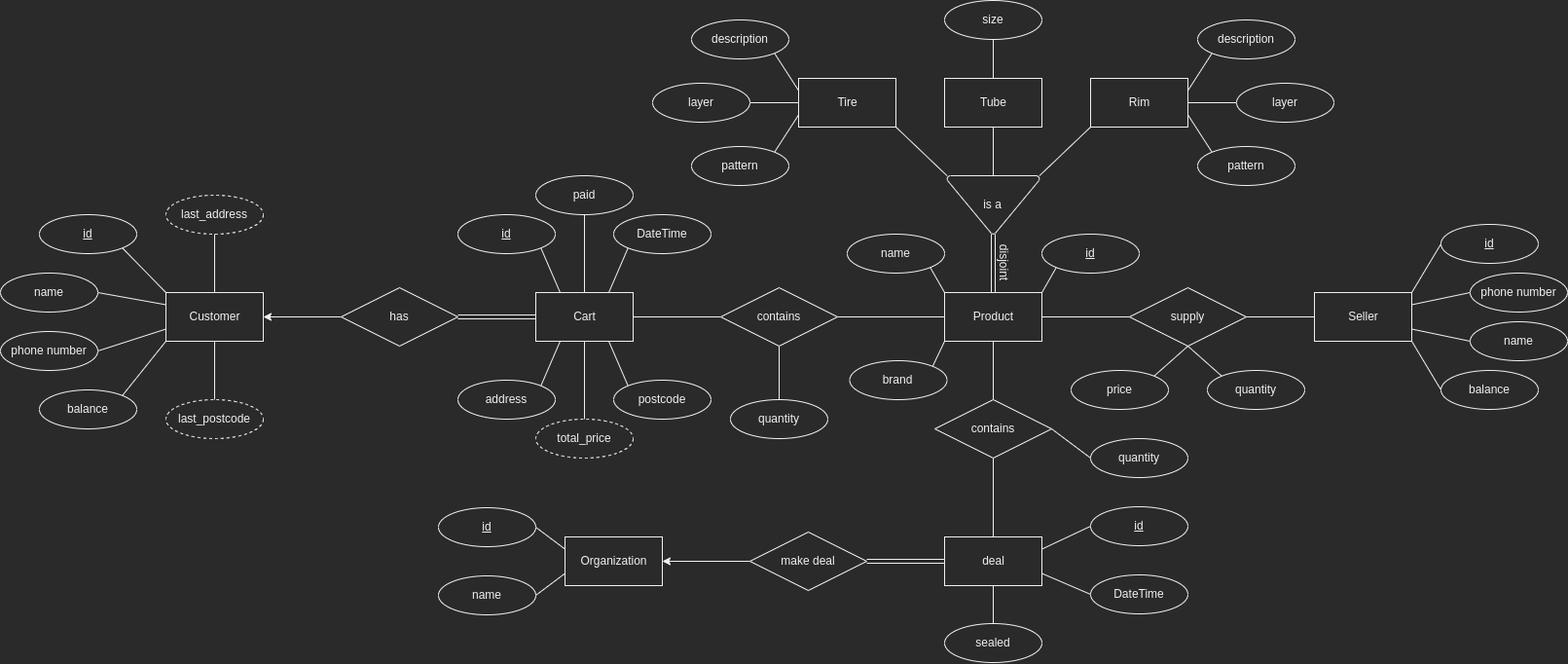
Earlier version of the draw.io export E-R.png (paniztgp2002/tire-shop). Source tidied: cells renumbered, new cells last; positions are measured from the earlier drawing's top-left corner, leaving out a move shared by most shapes.
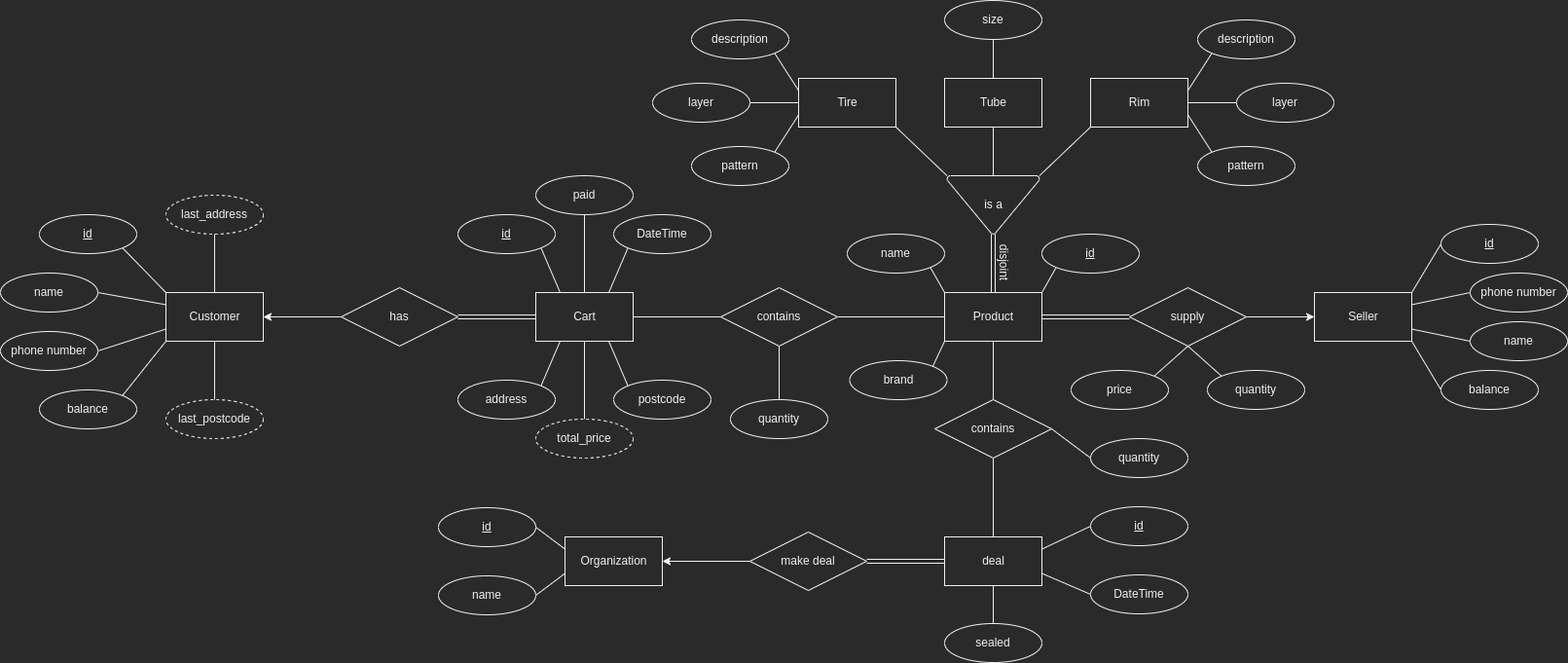
Above is the later version.

Diff of the diagram source:
```diff
@@ -35,6 +35,9 @@
     <mxCell id="12" value="Cart" style="html=1;dashed=0;whitespace=wrap;" parent="1" vertex="1">
       <mxGeometry x="550" y="300" width="100" height="50" as="geometry" />
     </mxCell>
+    <mxCell id="102" style="edgeStyle=orthogonalEdgeStyle;rounded=0;jettySize=auto;html=1;" parent="1" edge="1" source="13" target="2">
+      <mxGeometry relative="1" as="geometry" />
+    </mxCell>
     <mxCell id="13" value="supply" style="shape=rhombus;perimeter=rhombusPerimeter;whiteSpace=wrap;html=1;align=center;" parent="1" vertex="1">
       <mxGeometry x="1160" y="295" width="120" height="60" as="geometry" />
     </mxCell>
@@ -278,12 +281,6 @@
     <mxCell id="93" value="disjoint" style="text;html=1;strokeColor=none;fillColor=none;align=center;verticalAlign=middle;whiteSpace=wrap;rounded=0;direction=east;rotation=90;" parent="1" vertex="1">
       <mxGeometry x="1000.5" y="254" width="60" height="30" as="geometry" />
     </mxCell>
-    <mxCell id="94" style="edgeStyle=none;rounded=1;jettySize=auto;html=1;exitX=0;exitY=0.5;exitDx=0;exitDy=0;entryX=1;entryY=0.5;entryDx=0;entryDy=0;endArrow=none;endFill=0;" parent="1" edge="1" source="2" target="13">
-      <mxGeometry relative="1" as="geometry" />
-    </mxCell>
-    <mxCell id="95" style="edgeStyle=none;rounded=1;jettySize=auto;html=1;exitX=0;exitY=0.5;exitDx=0;exitDy=0;entryX=1;entryY=0.5;entryDx=0;entryDy=0;endArrow=none;endFill=0;" parent="1" edge="1" source="13" target="6">
-      <mxGeometry relative="1" as="geometry" />
-    </mxCell>
     <mxCell id="96" value="last_postcode" style="ellipse;whiteSpace=wrap;html=1;align=center;dashed=1;" parent="1" vertex="1">
       <mxGeometry x="170" y="410" width="100" height="40" as="geometry" />
     </mxCell>
@@ -302,5 +299,8 @@
     <mxCell id="101" value="total_price" style="ellipse;whiteSpace=wrap;html=1;align=center;dashed=1;" parent="1" vertex="1">
       <mxGeometry x="550" y="430" width="100" height="40" as="geometry" />
     </mxCell>
+    <mxCell id="95" style="shape=link;html=1;rounded=0;endArrow=none;endFill=0;exitX=0;exitY=0.5;exitDx=0;exitDy=0;entryX=1;entryY=0.5;entryDx=0;entryDy=0;" parent="1" edge="1" source="13" target="6">
+      <mxGeometry relative="1" as="geometry" />
+    </mxCell>
   </root>
 </mxGraphModel>
```
